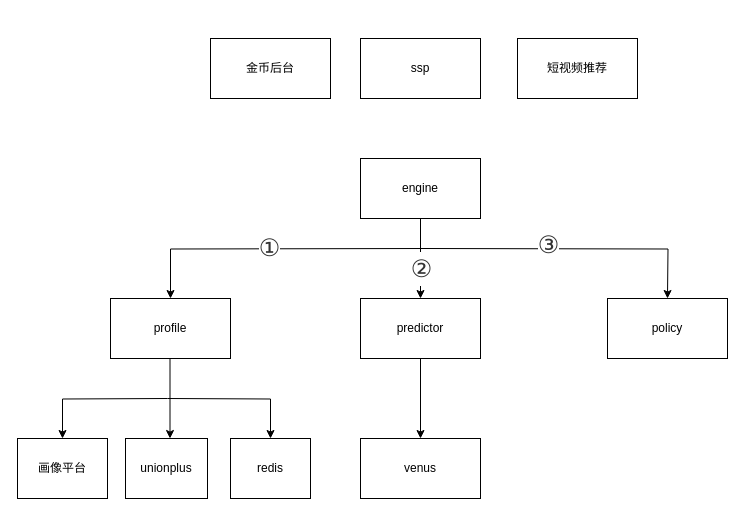
The draw.io diagram engineering/算法工程架构.drawio in gydong/graphs, before the edit. Source tidied: cells renumbered, new cells numbered last; positions are measured from the earlier drawing's top-left corner, leaving out a move shared by most shapes. Both pictures are drawn from the tidied source at 100%, with x=0, y=0 at pixel (17, 38).
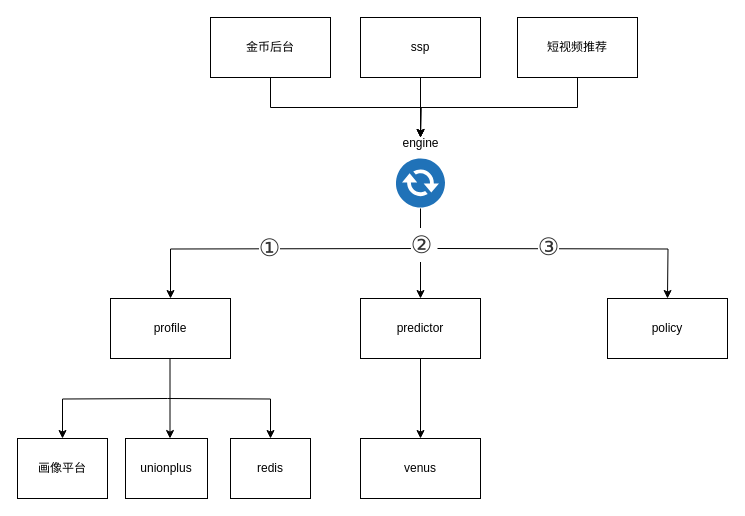
After the change.

Unchanged cells that the change refers to:
```xml
<mxCell id="14" value="predictor" style="rounded=0;whiteSpace=wrap;html=1;" parent="1" vertex="1">
  <mxGeometry x="343" y="260" width="120" height="60" as="geometry" />
</mxCell>
```

Diff of the diagram source:
```diff
@@
-    <mxCell id="4" style="edgeStyle=orthogonalEdgeStyle;rounded=0;jettySize=auto;html=1;" parent="1" edge="1" source="8" target="14">
+    <mxCell id="4" style="edgeStyle=orthogonalEdgeStyle;rounded=0;jettySize=auto;html=1;exitX=0.5;exitY=1.02;exitDx=0;exitDy=0;exitPerimeter=0;" parent="1" edge="1" source="26" target="14">
       <mxGeometry relative="1" as="geometry" />
     </mxCell>
     <mxCell id="5" value="&lt;h1 style=&quot;margin: 0px; padding: 0px; font-variant-numeric: normal; font-variant-east-asian: normal; font-stretch: normal; font-size: 16px; line-height: 26px; font-family: &amp;quot;PingFang SC&amp;quot;, &amp;quot;Lantinghei SC&amp;quot;, &amp;quot;Microsoft YaHei&amp;quot;, arial, 宋体, sans-serif, tahoma; word-break: break-all; position: relative; color: rgb(51, 51, 51); text-align: start;&quot;&gt;&lt;span style=&quot;display: inline; font-size: 24px; line-height: 34px; font-weight: 400; overflow: hidden; vertical-align: middle;&quot; class=&quot;ask-title&quot;&gt;②&lt;/span&gt;&lt;/h1&gt;" style="edgeLabel;html=1;align=center;verticalAlign=middle;" parent="4" vertex="1">
       <mxGeometry x="0.24" relative="1" as="geometry">
-        <mxPoint y="-1" as="offset" />
+        <mxPoint y="-20" as="offset" />
       </mxGeometry>
     </mxCell>
     <mxCell id="6" style="edgeStyle=orthogonalEdgeStyle;rounded=0;orthogonalLoop=1;jettySize=auto;html=1;" parent="1" edge="1">
       <mxGeometry relative="1" as="geometry">
-        <mxPoint x="403" y="210" as="sourcePoint" />
+        <mxPoint x="420" y="210" as="sourcePoint" />
         <mxPoint x="650" y="260" as="targetPoint" />
       </mxGeometry>
     </mxCell>
@@
-    <mxCell id="8" value="engine" style="rounded=0;whiteSpace=wrap;html=1;" parent="1" vertex="1">
-      <mxGeometry x="343" y="120" width="120" height="60" as="geometry" />
-    </mxCell>
@@
+    <mxCell id="23" style="edgeStyle=orthogonalEdgeStyle;rounded=0;jettySize=auto;html=1;entryX=0.5;entryY=0;entryDx=0;entryDy=0;exitX=0.5;exitY=1;exitDx=0;exitDy=0;" parent="1" edge="1" source="19">
+      <mxGeometry relative="1" as="geometry">
+        <mxPoint x="403" y="99" as="targetPoint" />
+      </mxGeometry>
+    </mxCell>
     <mxCell id="19" value="金币后台" style="rounded=0;whiteSpace=wrap;html=1;" parent="1" vertex="1">
-      <mxGeometry x="193" width="120" height="60" as="geometry" />
+      <mxGeometry x="193" y="-21" width="120" height="60" as="geometry" />
     </mxCell>
+    <mxCell id="24" style="edgeStyle=orthogonalEdgeStyle;rounded=0;jettySize=auto;html=1;entryX=0.5;entryY=0;entryDx=0;entryDy=0;" parent="1" edge="1" source="20">
+      <mxGeometry relative="1" as="geometry">
+        <mxPoint x="403" y="99" as="targetPoint" />
+      </mxGeometry>
+    </mxCell>
     <mxCell id="20" value="ssp" style="rounded=0;whiteSpace=wrap;html=1;" parent="1" vertex="1">
-      <mxGeometry x="343" width="120" height="60" as="geometry" />
+      <mxGeometry x="343" y="-21" width="120" height="60" as="geometry" />
     </mxCell>
+    <mxCell id="25" style="edgeStyle=orthogonalEdgeStyle;rounded=0;jettySize=auto;html=1;entryX=0.5;entryY=0;entryDx=0;entryDy=0;exitX=0.5;exitY=1;exitDx=0;exitDy=0;" parent="1" edge="1" source="21">
+      <mxGeometry relative="1" as="geometry">
+        <mxPoint x="403" y="99" as="targetPoint" />
+      </mxGeometry>
+    </mxCell>
     <mxCell id="21" value="短视频推荐" style="rounded=0;whiteSpace=wrap;html=1;" parent="1" vertex="1">
-      <mxGeometry x="500" width="120" height="60" as="geometry" />
+      <mxGeometry x="500" y="-21" width="120" height="60" as="geometry" />
     </mxCell>
@@
+    <mxCell id="26" style="sketch=0;shadow=0;dashed=0;html=1;strokeColor=none;fillColor=#505050;labelPosition=center;verticalLabelPosition=bottom;verticalAlign=top;outlineConnect=0;align=center;shape=mxgraph.office.communications.exchange_active_sync;fillColor=#2072B8;" parent="1" vertex="1">
+      <mxGeometry x="378.5" y="120" width="49" height="49" as="geometry" />
+    </mxCell>
+    <mxCell id="8" value="engine" style="text;html=1;align=center;verticalAlign=middle;points=[];strokeColor=none;fillColor=none;" parent="1" vertex="1">
+      <mxGeometry x="373" y="90" width="60" height="30" as="geometry" />
+    </mxCell>
```
